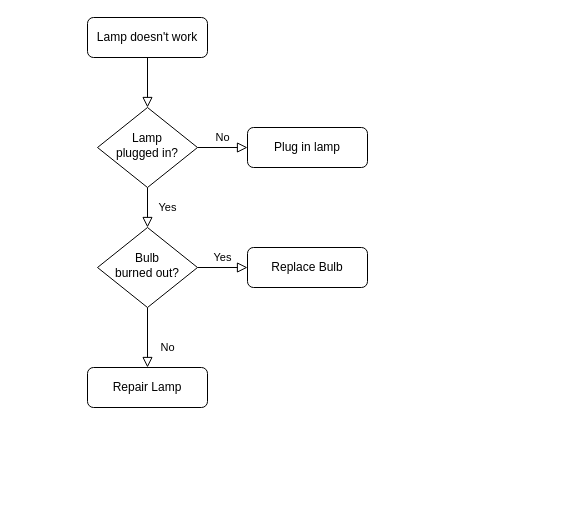
The draw.io diagram 元数据开发流程.drawio in shursulei/document, before the edit. Source tidied: cells renumbered, new cells numbered last; positions are measured from the earlier drawing's top-left corner, leaving out a move shared by most shapes. Both pictures are drawn from the tidied source at 100%, with x=0, y=0 at pixel (87, 17).
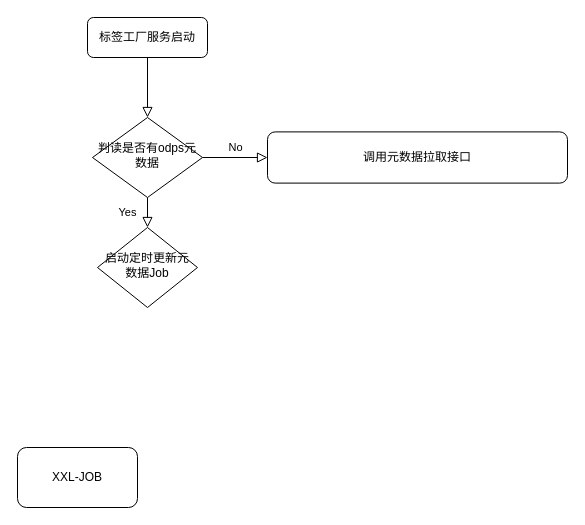
After the change.

Commit message (it also covers changes not shown here):
Update 元数据开发流程.drawio

What changed in the source:
```diff
@@
 <mxGraphModel>
   <root>
     <mxCell id="0" />
     <mxCell id="1" parent="0" />
     <mxCell id="2" style="rounded=0;html=1;jettySize=auto;fontSize=11;endArrow=block;endFill=0;endSize=8;strokeWidth=1;shadow=0;labelBackgroundColor=none;edgeStyle=orthogonalEdgeStyle;" parent="1" edge="1" source="3" target="6">
       <mxGeometry relative="1" as="geometry" />
     </mxCell>
-    <mxCell id="3" value="Lamp doesn't work" style="rounded=1;whiteSpace=wrap;html=1;fontSize=12;glass=0;strokeWidth=1;shadow=0;" parent="1" vertex="1">
+    <mxCell id="3" value="标签工厂服务启动" style="rounded=1;whiteSpace=wrap;html=1;fontSize=12;glass=0;strokeWidth=1;shadow=0;" parent="1" vertex="1">
       <mxGeometry width="120" height="40" as="geometry" />
     </mxCell>
     <mxCell id="4" value="Yes" style="rounded=0;html=1;jettySize=auto;fontSize=11;endArrow=block;endFill=0;endSize=8;strokeWidth=1;shadow=0;labelBackgroundColor=none;edgeStyle=orthogonalEdgeStyle;" parent="1" edge="1" source="6" target="10">
       <mxGeometry y="20" relative="1" as="geometry" />
     </mxCell>
     <mxCell id="5" value="No" style="edgeStyle=orthogonalEdgeStyle;rounded=0;html=1;jettySize=auto;fontSize=11;endArrow=block;endFill=0;endSize=8;strokeWidth=1;shadow=0;labelBackgroundColor=none;" parent="1" edge="1" source="6" target="7">
       <mxGeometry y="10" relative="1" as="geometry" />
     </mxCell>
-    <mxCell id="6" value="Lamp&lt;br&gt;plugged in?" style="rhombus;whiteSpace=wrap;html=1;shadow=0;fontFamily=Helvetica;fontSize=12;align=center;strokeWidth=1;spacing=6;spacingTop=-4;" parent="1" vertex="1">
-      <mxGeometry x="10" y="90" width="100" height="80" as="geometry" />
+    <mxCell id="6" value="判读是否有odps元数据" style="rhombus;whiteSpace=wrap;html=1;shadow=0;fontFamily=Helvetica;fontSize=12;align=center;strokeWidth=1;spacing=6;spacingTop=-4;" parent="1" vertex="1">
+      <mxGeometry x="5" y="100" width="110" height="80" as="geometry" />
     </mxCell>
-    <mxCell id="7" value="Plug in lamp" style="rounded=1;whiteSpace=wrap;html=1;fontSize=12;glass=0;strokeWidth=1;shadow=0;" parent="1" vertex="1">
-      <mxGeometry x="160" y="110" width="120" height="40" as="geometry" />
+    <mxCell id="7" value="调用元数据拉取接口" style="rounded=1;whiteSpace=wrap;html=1;fontSize=12;glass=0;strokeWidth=1;shadow=0;" parent="1" vertex="1">
+      <mxGeometry x="180" y="114.4" width="300" height="51.2" as="geometry" />
     </mxCell>
-    <mxCell id="8" value="No" style="rounded=0;html=1;jettySize=auto;fontSize=11;endArrow=block;endFill=0;endSize=8;strokeWidth=1;shadow=0;labelBackgroundColor=none;edgeStyle=orthogonalEdgeStyle;" parent="1" edge="1" source="10" target="11">
-      <mxGeometry x="0.33" y="20" relative="1" as="geometry" />
-    </mxCell>
-    <mxCell id="9" value="Yes" style="edgeStyle=orthogonalEdgeStyle;rounded=0;html=1;jettySize=auto;fontSize=11;endArrow=block;endFill=0;endSize=8;strokeWidth=1;shadow=0;labelBackgroundColor=none;" parent="1" edge="1" source="10" target="12">
-      <mxGeometry y="10" relative="1" as="geometry" />
-    </mxCell>
-    <mxCell id="10" value="Bulb&lt;br&gt;burned out?" style="rhombus;whiteSpace=wrap;html=1;shadow=0;fontFamily=Helvetica;fontSize=12;align=center;strokeWidth=1;spacing=6;spacingTop=-4;" parent="1" vertex="1">
+    <mxCell id="10" value="启动定时更新元数据Job" style="rhombus;whiteSpace=wrap;html=1;shadow=0;fontFamily=Helvetica;fontSize=12;align=center;strokeWidth=1;spacing=6;spacingTop=-4;" parent="1" vertex="1">
       <mxGeometry x="10" y="210" width="100" height="80" as="geometry" />
     </mxCell>
-    <mxCell id="11" value="Repair Lamp" style="rounded=1;whiteSpace=wrap;html=1;fontSize=12;glass=0;strokeWidth=1;shadow=0;" parent="1" vertex="1">
-      <mxGeometry y="350" width="120" height="40" as="geometry" />
-    </mxCell>
-    <mxCell id="12" value="Replace Bulb" style="rounded=1;whiteSpace=wrap;html=1;fontSize=12;glass=0;strokeWidth=1;shadow=0;" parent="1" vertex="1">
-      <mxGeometry x="160" y="230" width="120" height="40" as="geometry" />
-    </mxCell>
+    <mxCell id="13" value="XXL-JOB" style="rounded=1;whiteSpace=wrap;html=1;" parent="1" vertex="1">
+      <mxGeometry x="-70" y="430" width="120" height="60" as="geometry" />
+    </mxCell>
   </root>
 </mxGraphModel>
```
